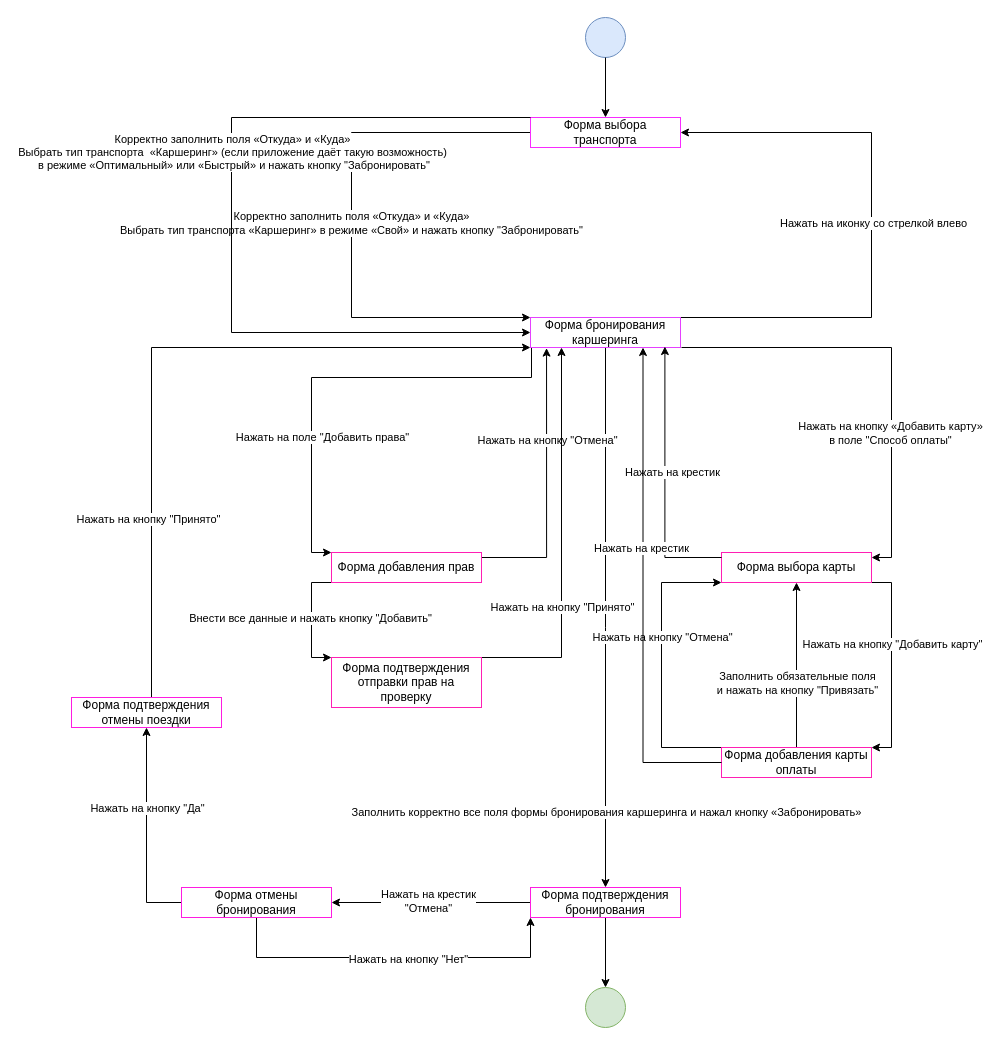
Before: Диаграмма состояний и переходов: Яндекс Маршруты.drawio in ManMaxMotivation/2-Sprint-QA-Engineer, a draw.io diagram. Source tidied: cells renumbered, new cells numbered last; positions are measured from the earlier drawing's top-left corner, leaving out a move shared by most shapes. Both pictures are drawn from the tidied source at 100%, with x=0, y=0 at pixel (71, 17).
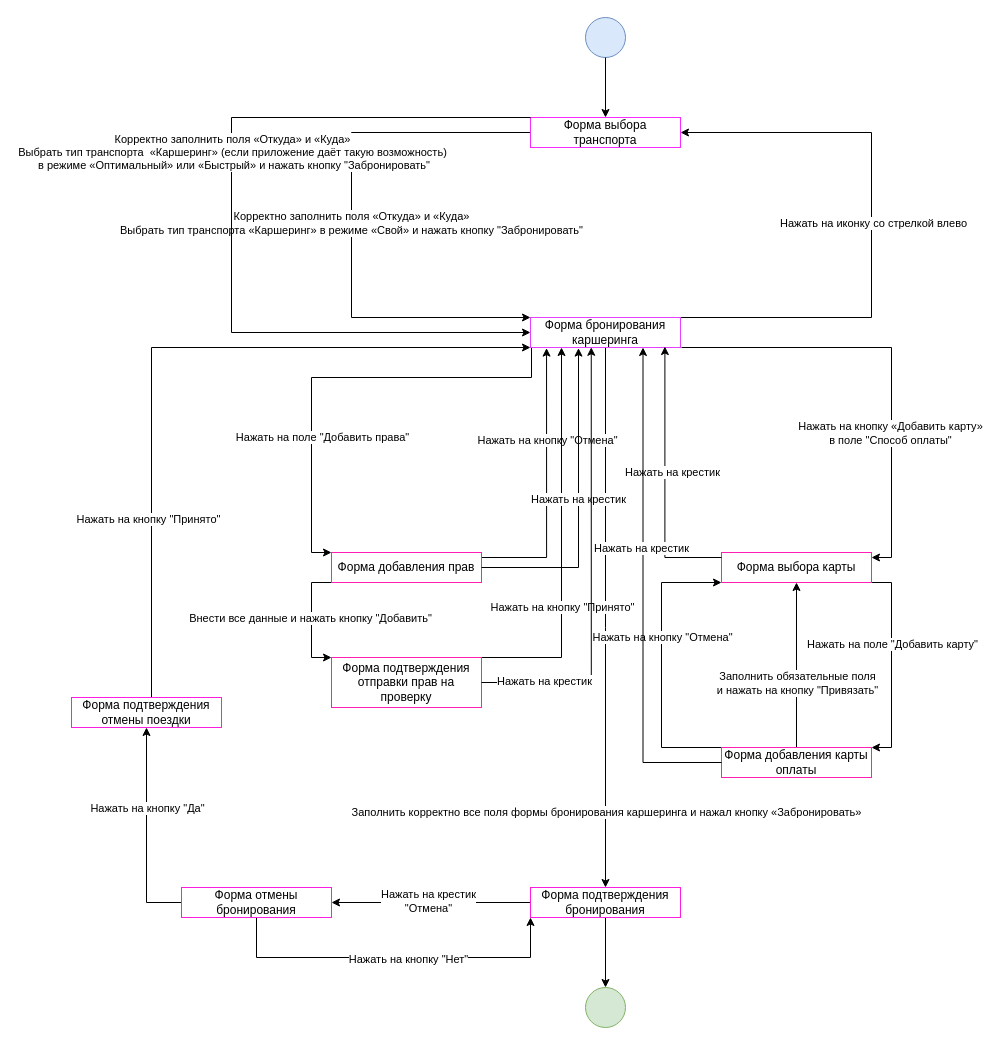
Above is the later version.

The change refers to these unchanged cells:
```xml
<mxCell id="11" style="edgeStyle=orthogonalEdgeStyle;rounded=0;jettySize=auto;html=1;entryX=1;entryY=0;entryDx=0;entryDy=0;exitX=1;exitY=1;exitDx=0;exitDy=0;" parent="1" edge="1" source="13" target="40">
  <mxGeometry relative="1" as="geometry">
    <Array as="points">
      <mxPoint x="820" y="565" />
      <mxPoint x="820" y="730" />
    </Array>
  </mxGeometry>
</mxCell>
<mxCell id="22" value="Форма бронирования каршеринга" style="rounded=0;whiteSpace=wrap;html=1;strokeColor=#E540FF;" parent="1" vertex="1">
  <mxGeometry x="459" y="300" width="150" height="30" as="geometry" />
</mxCell>
<mxCell id="28" value="Форма добавления прав" style="rounded=0;whiteSpace=wrap;html=1;strokeColor=#FF1FB4;direction=west;" parent="1" vertex="1">
  <mxGeometry x="260" y="535" width="150" height="30" as="geometry" />
</mxCell>
<mxCell id="33" value="Форма подтверждения отправки прав на проверку" style="rounded=0;whiteSpace=wrap;html=1;strokeColor=#FF1FB4;direction=west;" parent="1" vertex="1">
  <mxGeometry x="260" y="640" width="150" height="50" as="geometry" />
</mxCell>
```

Change to the diagram source:
```diff
@@
-    <mxCell id="12" value="Нажать на кнопку &quot;Добавить карту&quot;" style="edgeLabel;html=1;align=center;verticalAlign=middle;" parent="11" vertex="1">
+    <mxCell id="12" value="Нажать на поле &quot;Добавить карту&quot;" style="edgeLabel;html=1;align=center;verticalAlign=middle;" parent="11" vertex="1">
       <mxGeometry x="-0.02" relative="1" as="geometry">
         <mxPoint y="-18" as="offset" />
       </mxGeometry>
     </mxCell>
@@
+    <mxCell id="51" style="edgeStyle=orthogonalEdgeStyle;rounded=0;jettySize=auto;html=1;entryX=0.32;entryY=1.02;entryDx=0;entryDy=0;entryPerimeter=0;" parent="1" edge="1" source="28" target="22">
+      <mxGeometry relative="1" as="geometry" />
+    </mxCell>
+    <mxCell id="52" value="Нажать на крестик" style="edgeLabel;html=1;align=center;verticalAlign=middle;" parent="51" vertex="1">
+      <mxGeometry x="0.21" y="1" relative="1" as="geometry">
+        <mxPoint y="25" as="offset" />
+      </mxGeometry>
+    </mxCell>
+    <mxCell id="53" style="edgeStyle=orthogonalEdgeStyle;rounded=0;jettySize=auto;html=1;entryX=0.405;entryY=0.993;entryDx=0;entryDy=0;entryPerimeter=0;" parent="1" edge="1" source="33" target="22">
+      <mxGeometry relative="1" as="geometry" />
+    </mxCell>
+    <mxCell id="54" value="Нажать на крестик" style="edgeLabel;html=1;align=center;verticalAlign=middle;" parent="53" vertex="1">
+      <mxGeometry x="-0.72" y="2" relative="1" as="geometry" />
+    </mxCell>
```
